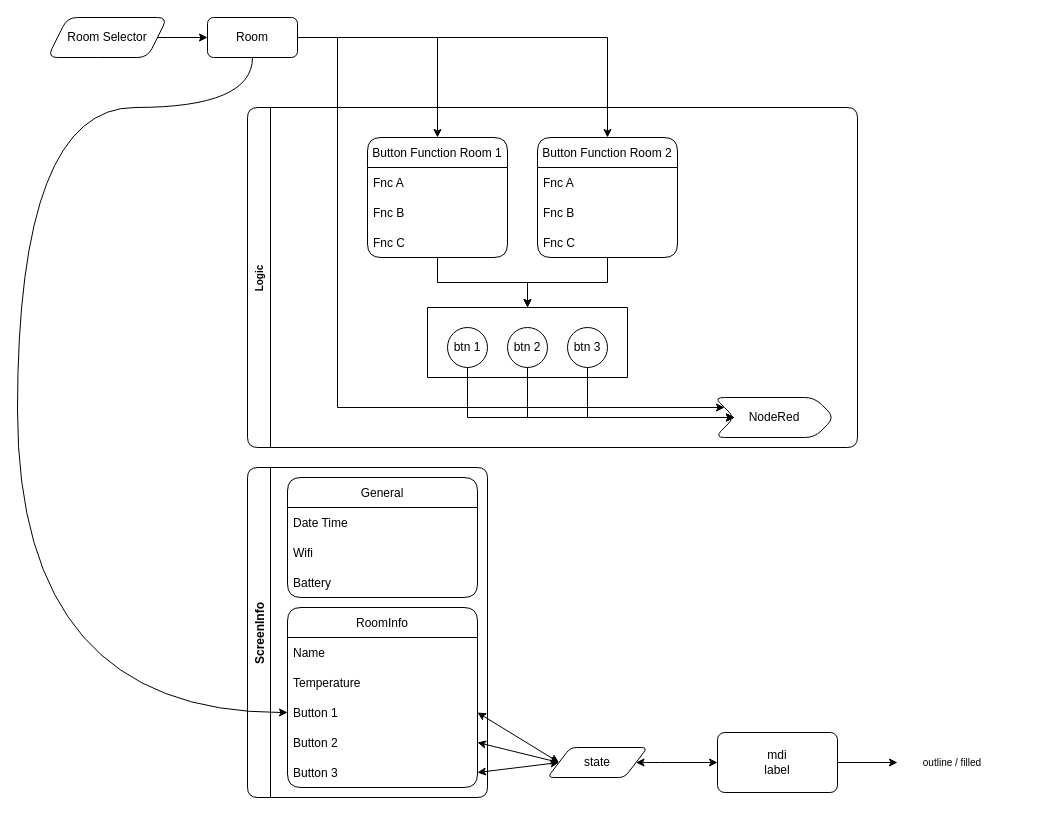
houdaerttim/HomeRemoteSwitch keeps this draw.io diagram as images/drafts.drawio. Above is the earlier version. Source tidied: cells renumbered, new cells numbered last; positions are measured from the earlier drawing's top-left corner, leaving out a move shared by most shapes. Both pictures are drawn from the tidied source at 100%, with x=0, y=0 at pixel (17, 17).
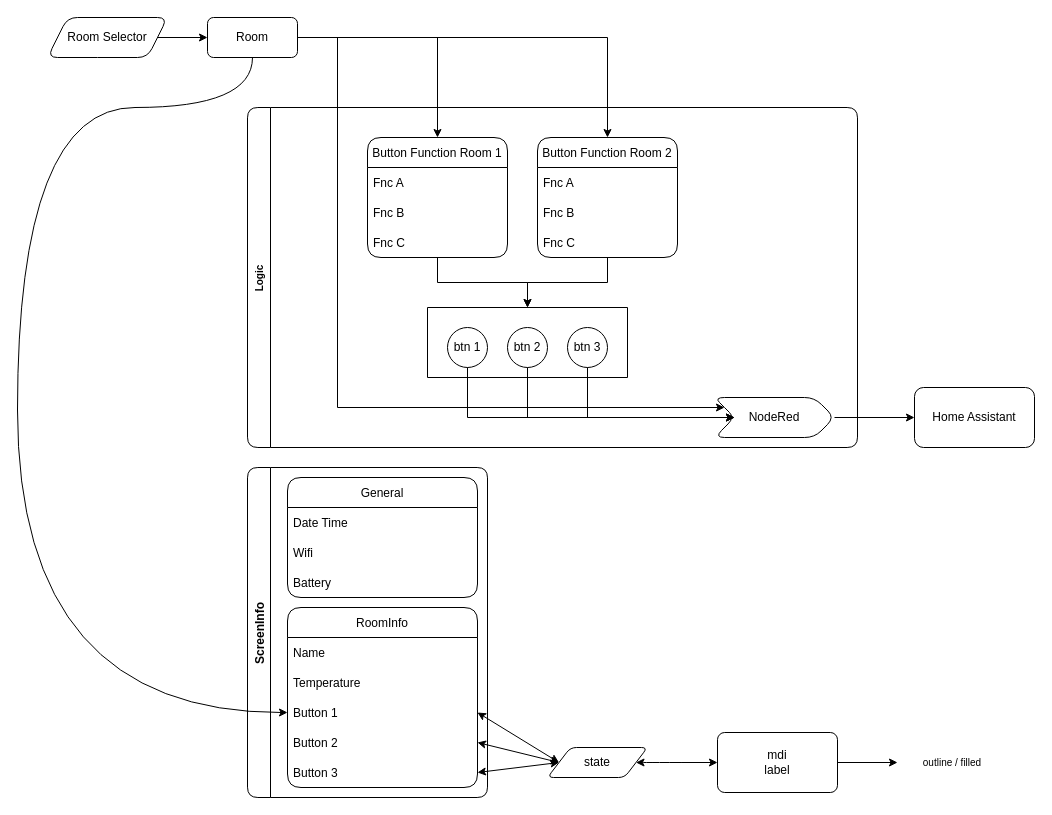
The same diagram, later.

Unchanged cells that the change refers to:
```xml
<mxCell id="42" value="NodeRed" style="shape=step;perimeter=stepPerimeter;whiteSpace=wrap;html=1;fixedSize=1;rounded=1;" parent="27" vertex="1">
  <mxGeometry x="467" y="290" width="120" height="40" as="geometry" />
</mxCell>
```

Diff of the diagram source:
```diff
@@
+    <mxCell id="47" value="Home Assistant" style="whiteSpace=wrap;html=1;rounded=1;" parent="1" vertex="1">
+      <mxGeometry x="897" y="370" width="120" height="60" as="geometry" />
+    </mxCell>
+    <mxCell id="48" style="edgeStyle=orthogonalEdgeStyle;rounded=0;jettySize=auto;html=1;" parent="1" edge="1" source="42" target="47">
+      <mxGeometry relative="1" as="geometry" />
+    </mxCell>
```
